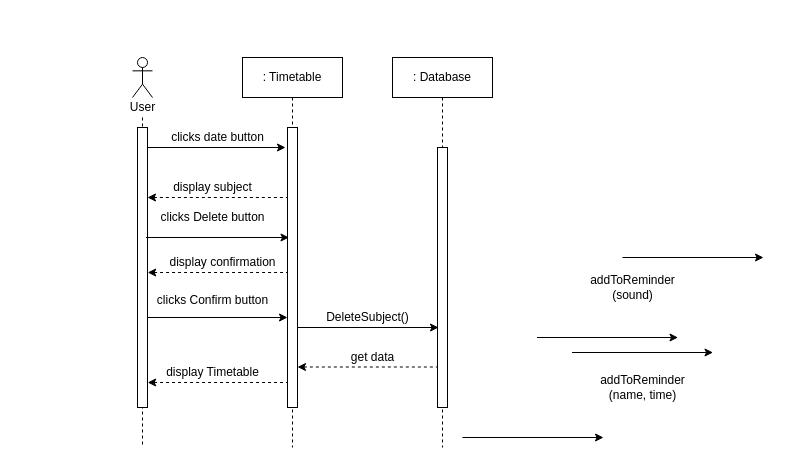
Earlier version of the draw.io diagram page "Page-4" (4 of 4) of Timetable.drawio (FaizAnuar/ashisu). Source tidied: cells renumbered, new cells numbered last; positions are measured from the earlier drawing's top-left corner, leaving out a move shared by most shapes. Both pictures are drawn from the tidied source at 100%, with x=0, y=0 at pixel (122, 57).
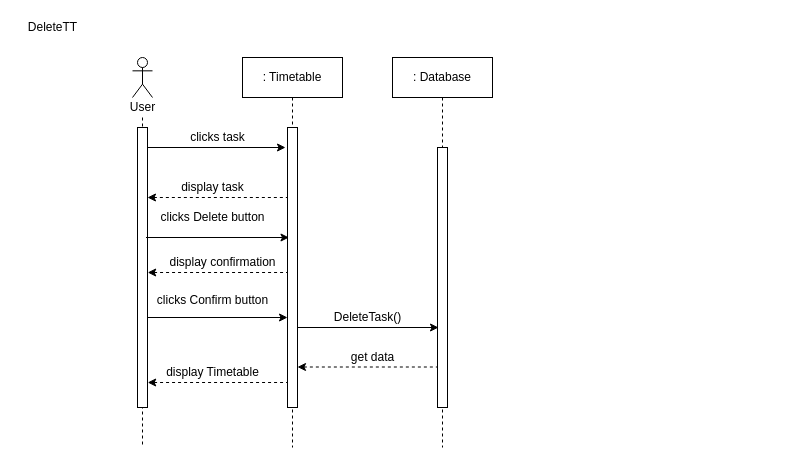
The same page after the edit.

Diff of the diagram source:
```diff
@@
-    <mxCell id="8" value="clicks date button" style="text;html=1;align=center;verticalAlign=middle;strokeColor=none;" parent="1" vertex="1">
-      <mxGeometry x="40" y="70" width="110" height="20" as="geometry" />
+    <mxCell id="8" value="clicks task" style="text;html=1;align=center;verticalAlign=middle;strokeColor=none;" parent="1" vertex="1">
+      <mxGeometry x="60" y="70" width="70" height="20" as="geometry" />
     </mxCell>
@@
-    <mxCell id="11" style="endArrow=classic;html=1;" parent="1" edge="1">
-      <mxGeometry relative="1" as="geometry">
-        <mxPoint x="414.5" y="280" as="sourcePoint" />
-        <mxPoint x="555.5" y="280" as="targetPoint" />
-      </mxGeometry>
-    </mxCell>
@@
-    <mxCell id="14" value="display subject" style="text;html=1;align=center;verticalAlign=middle;strokeColor=none;" parent="1" vertex="1">
-      <mxGeometry x="45" y="120" width="90" height="20" as="geometry" />
+    <mxCell id="14" value="display task" style="text;html=1;align=center;verticalAlign=middle;strokeColor=none;" parent="1" vertex="1">
+      <mxGeometry x="50" y="120" width="80" height="20" as="geometry" />
     </mxCell>
-    <mxCell id="15" style="endArrow=classic;html=1;" parent="1" edge="1">
-      <mxGeometry relative="1" as="geometry">
-        <mxPoint x="340" y="380" as="sourcePoint" />
-        <mxPoint x="481" y="380" as="targetPoint" />
-      </mxGeometry>
-    </mxCell>
@@
-    <mxCell id="17" style="endArrow=classic;html=1;" parent="1" edge="1">
-      <mxGeometry relative="1" as="geometry">
-        <mxPoint x="500" y="200" as="sourcePoint" />
-        <mxPoint x="641" y="200" as="targetPoint" />
-      </mxGeometry>
-    </mxCell>
-    <mxCell id="18" value="addToReminder&lt;br&gt;(name, time)" style="text;html=1;align=center;verticalAlign=middle;strokeColor=none;" parent="1" vertex="1">
-      <mxGeometry x="470" y="310" width="100" height="40" as="geometry" />
-    </mxCell>
-    <mxCell id="19" value="addToReminder&lt;br&gt;(sound)" style="text;html=1;align=center;verticalAlign=middle;strokeColor=none;" parent="1" vertex="1">
-      <mxGeometry x="460" y="210" width="100" height="40" as="geometry" />
-    </mxCell>
@@
-    <mxCell id="22" value="DeleteSubject()" style="text;html=1;align=center;verticalAlign=middle;strokeColor=none;" parent="1" vertex="1">
-      <mxGeometry x="195" y="250" width="100" height="20" as="geometry" />
+    <mxCell id="22" value="DeleteTask()" style="text;html=1;align=center;verticalAlign=middle;strokeColor=none;" parent="1" vertex="1">
+      <mxGeometry x="205" y="250" width="80" height="20" as="geometry" />
     </mxCell>
@@
-    <mxCell id="27" style="endArrow=classic;html=1;" parent="1" edge="1">
-      <mxGeometry relative="1" as="geometry">
-        <mxPoint x="449.5" y="295" as="sourcePoint" />
-        <mxPoint x="590.5" y="295" as="targetPoint" />
-      </mxGeometry>
-    </mxCell>
@@
+    <mxCell id="38" value="DeleteTT" style="text;html=1;align=center;verticalAlign=middle;strokeColor=none;" parent="1" vertex="1">
+      <mxGeometry x="-105" y="-40" width="70" height="20" as="geometry" />
+    </mxCell>
```
